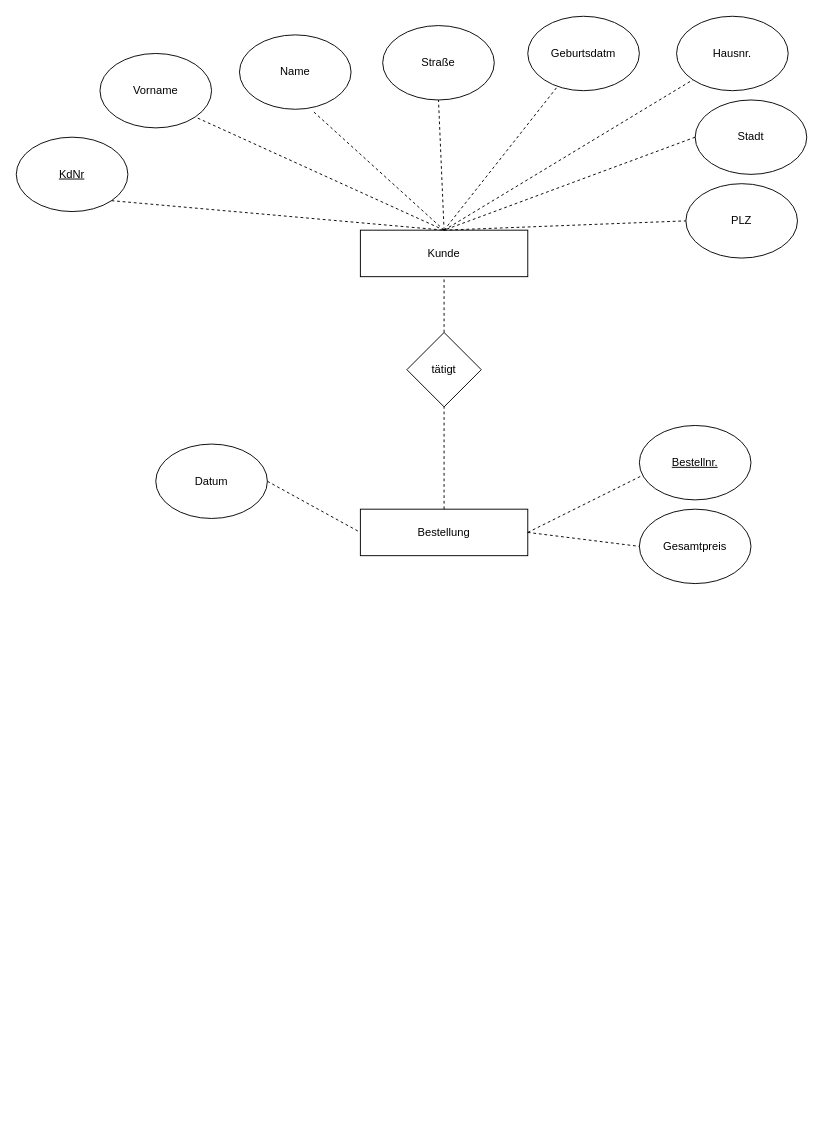
AlassaneBenjamin/Alassane keeps this draw.io diagram as Untitled Diagram.drawio. Above is the earlier version. Source tidied: cells renumbered, new cells numbered last; positions are measured from the earlier drawing's top-left corner, leaving out a move shared by most shapes. Both pictures are drawn from the tidied source at 93%, with x=0, y=0 at pixel (16, 16).
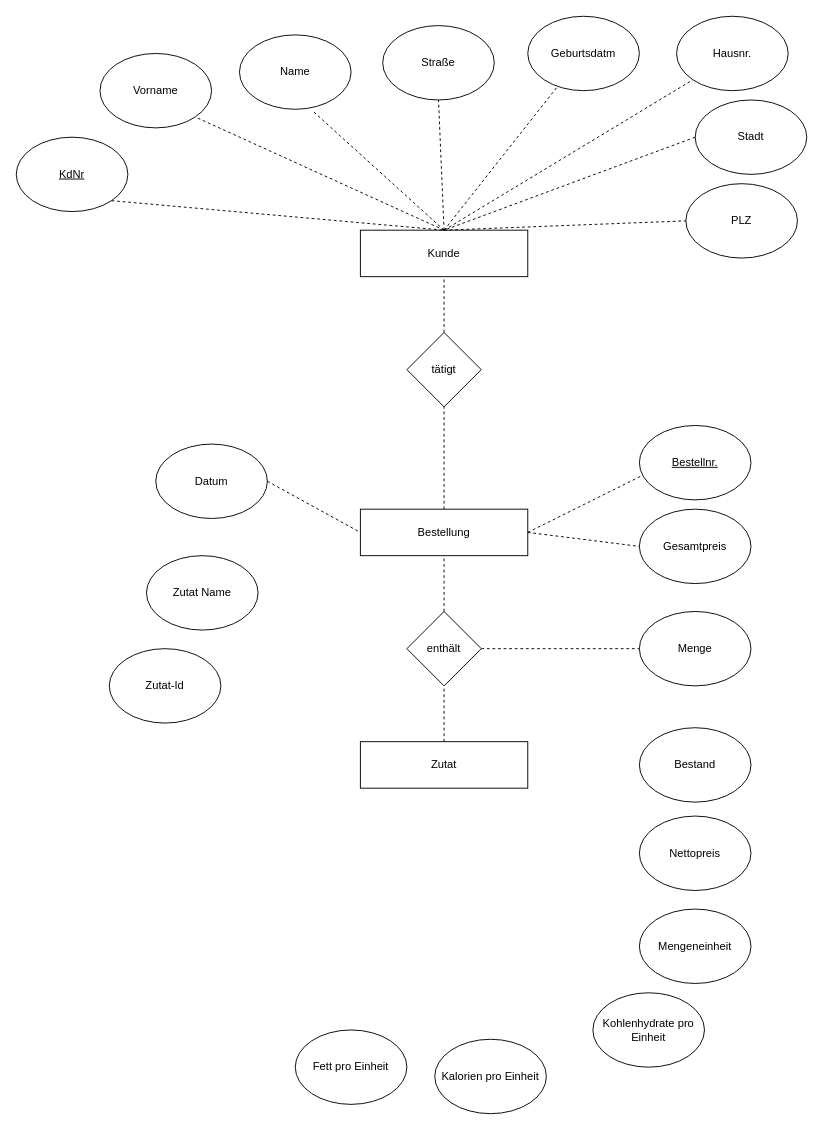
The same diagram, later.

The change refers to these unchanged cells:
```xml
<mxCell id="21" value="Bestellung" style="rounded=0;whiteSpace=wrap;html=1;" parent="1" vertex="1">
  <mxGeometry x="370" y="530" width="180" height="50" as="geometry" />
</mxCell>
```

Change to the diagram source:
```diff
@@
+    <mxCell id="29" value="enthält" style="rhombus;whiteSpace=wrap;html=1;" parent="1" vertex="1">
+      <mxGeometry x="420" y="640" width="80" height="80" as="geometry" />
+    </mxCell>
+    <mxCell id="30" value="Menge" style="ellipse;whiteSpace=wrap;html=1;" parent="1" vertex="1">
+      <mxGeometry x="670" y="640" width="120" height="80" as="geometry" />
+    </mxCell>
+    <mxCell id="31" style="endArrow=none;dashed=1;html=1;rounded=0;exitX=1;exitY=0.5;exitDx=0;exitDy=0;entryX=0;entryY=0.5;entryDx=0;entryDy=0;" parent="1" edge="1" source="29" target="30">
+      <mxGeometry relative="1" as="geometry" />
+    </mxCell>
+    <mxCell id="32" style="endArrow=none;dashed=1;html=1;rounded=0;entryX=0.5;entryY=1;entryDx=0;entryDy=0;exitX=0.5;exitY=0;exitDx=0;exitDy=0;" parent="1" edge="1" source="29" target="21">
+      <mxGeometry relative="1" as="geometry" />
+    </mxCell>
+    <mxCell id="33" value="Zutat" style="rounded=0;whiteSpace=wrap;html=1;" parent="1" vertex="1">
+      <mxGeometry x="370" y="780" width="180" height="50" as="geometry" />
+    </mxCell>
+    <mxCell id="34" style="endArrow=none;dashed=1;html=1;rounded=0;entryX=0.5;entryY=1;entryDx=0;entryDy=0;exitX=0.5;exitY=0;exitDx=0;exitDy=0;" parent="1" edge="1" source="33" target="29">
+      <mxGeometry relative="1" as="geometry" />
+    </mxCell>
+    <mxCell id="35" value="Bestand" style="ellipse;whiteSpace=wrap;html=1;" parent="1" vertex="1">
+      <mxGeometry x="670" y="765" width="120" height="80" as="geometry" />
+    </mxCell>
+    <mxCell id="36" value="Nettopreis" style="ellipse;whiteSpace=wrap;html=1;" parent="1" vertex="1">
+      <mxGeometry x="670" y="860" width="120" height="80" as="geometry" />
+    </mxCell>
+    <mxCell id="37" value="Mengeneinheit" style="ellipse;whiteSpace=wrap;html=1;" parent="1" vertex="1">
+      <mxGeometry x="670" y="960" width="120" height="80" as="geometry" />
+    </mxCell>
+    <mxCell id="38" value="Kohlenhydrate pro Einheit" style="ellipse;whiteSpace=wrap;html=1;" parent="1" vertex="1">
+      <mxGeometry x="620" y="1050" width="120" height="80" as="geometry" />
+    </mxCell>
+    <mxCell id="39" value="Kalorien pro Einheit" style="ellipse;whiteSpace=wrap;html=1;" parent="1" vertex="1">
+      <mxGeometry x="450" y="1100" width="120" height="80" as="geometry" />
+    </mxCell>
+    <mxCell id="40" value="Fett pro Einheit" style="ellipse;whiteSpace=wrap;html=1;" parent="1" vertex="1">
+      <mxGeometry x="300" y="1090" width="120" height="80" as="geometry" />
+    </mxCell>
+    <mxCell id="41" value="Zutat Name" style="ellipse;whiteSpace=wrap;html=1;" parent="1" vertex="1">
+      <mxGeometry x="140" y="580" width="120" height="80" as="geometry" />
+    </mxCell>
+    <mxCell id="42" value="Zutat-Id" style="ellipse;whiteSpace=wrap;html=1;" parent="1" vertex="1">
+      <mxGeometry x="100" y="680" width="120" height="80" as="geometry" />
+    </mxCell>
```
